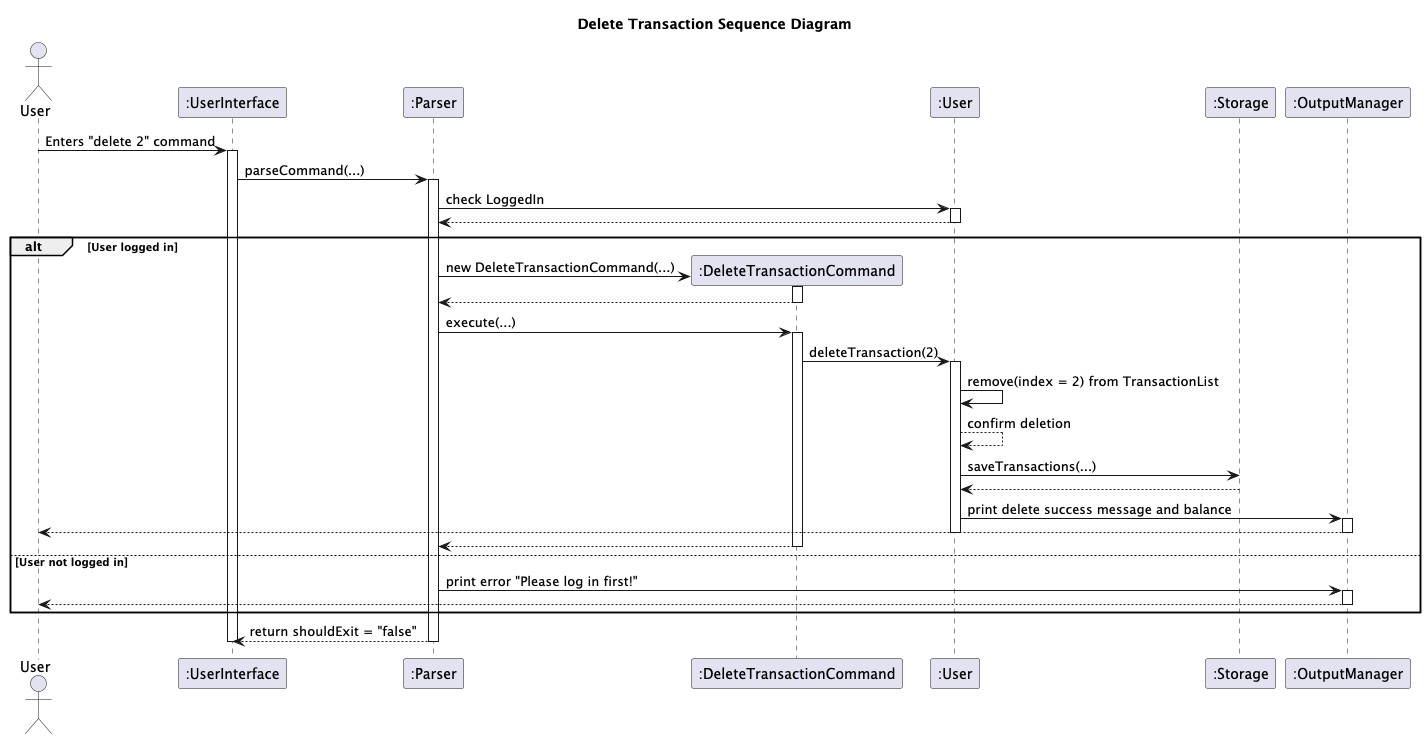
Above: docs/team/CommandFeature/deleteCommand/Delete_Transaction_Sequence_Diagram.png in AY2526S1-CS2113-W10-2/tp (PlantUML), before the change.
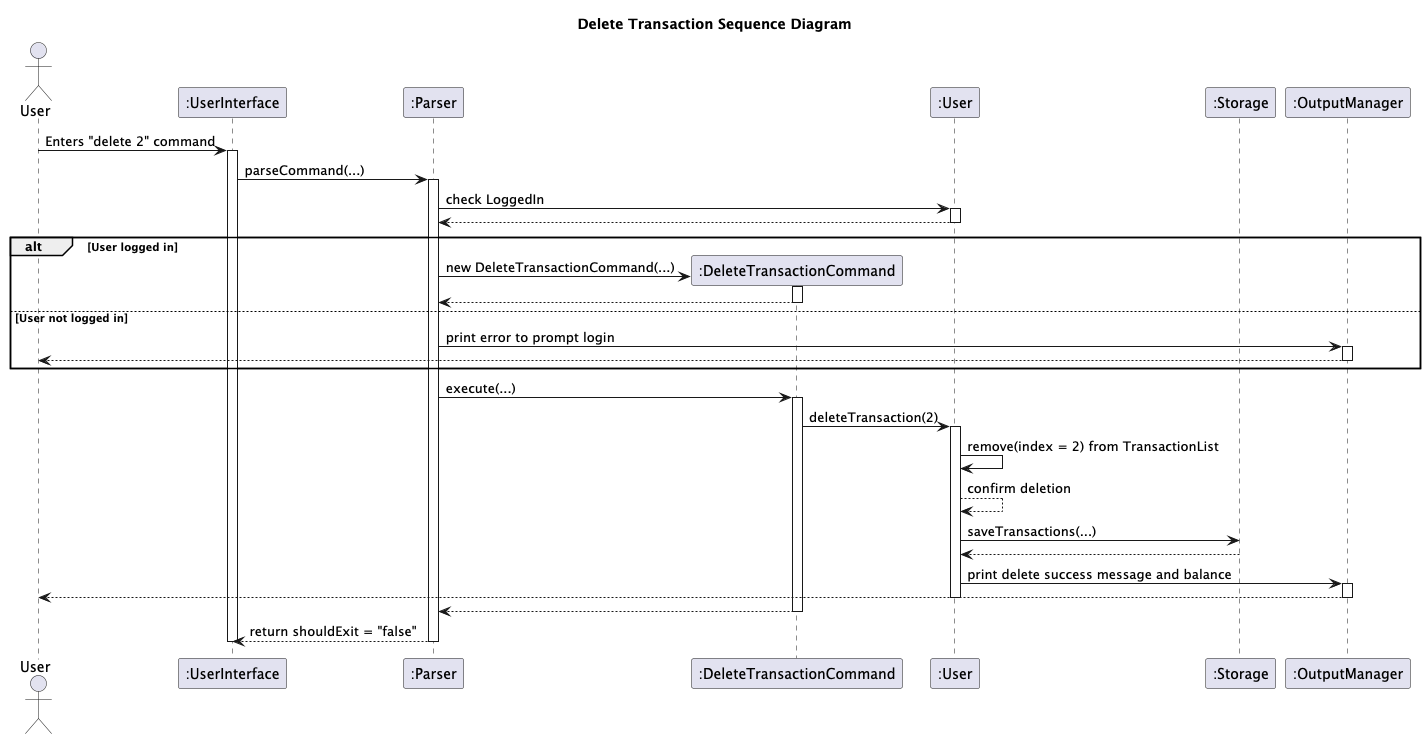
The same file after the commit.

Diff of the diagram source:
```diff
@@ -29,10 +29,18 @@
     create DeleteTransactionCommand
     Parser -> DeleteTransactionCommand: new DeleteTransactionCommand(...)
     activate DeleteTransactionCommand
-
     DeleteTransactionCommand --> Parser
     deactivate DeleteTransactionCommand
-    Parser -> DeleteTransactionCommand : execute(...)
+
+else User not logged in
+
+    Parser -> OutputManager : print error to prompt login
+    activate OutputManager
+    OutputManager --> U
+    deactivate OutputManager
+end
+
+Parser -> DeleteTransactionCommand : execute(...)
     activate DeleteTransactionCommand
 
     DeleteTransactionCommand -> User : deleteTransaction(2)
@@ -53,14 +61,6 @@
     DeleteTransactionCommand --> Parser
     deactivate DeleteTransactionCommand
 
-else User not logged in
-
-    Parser -> OutputManager : print error "Please log in first!"
-    activate OutputManager
-    OutputManager --> U
-    deactivate OutputManager
-end
-
 Parser --> UserInterface : return shouldExit = "false"
 deactivate Parser
 deactivate UserInterface
```
